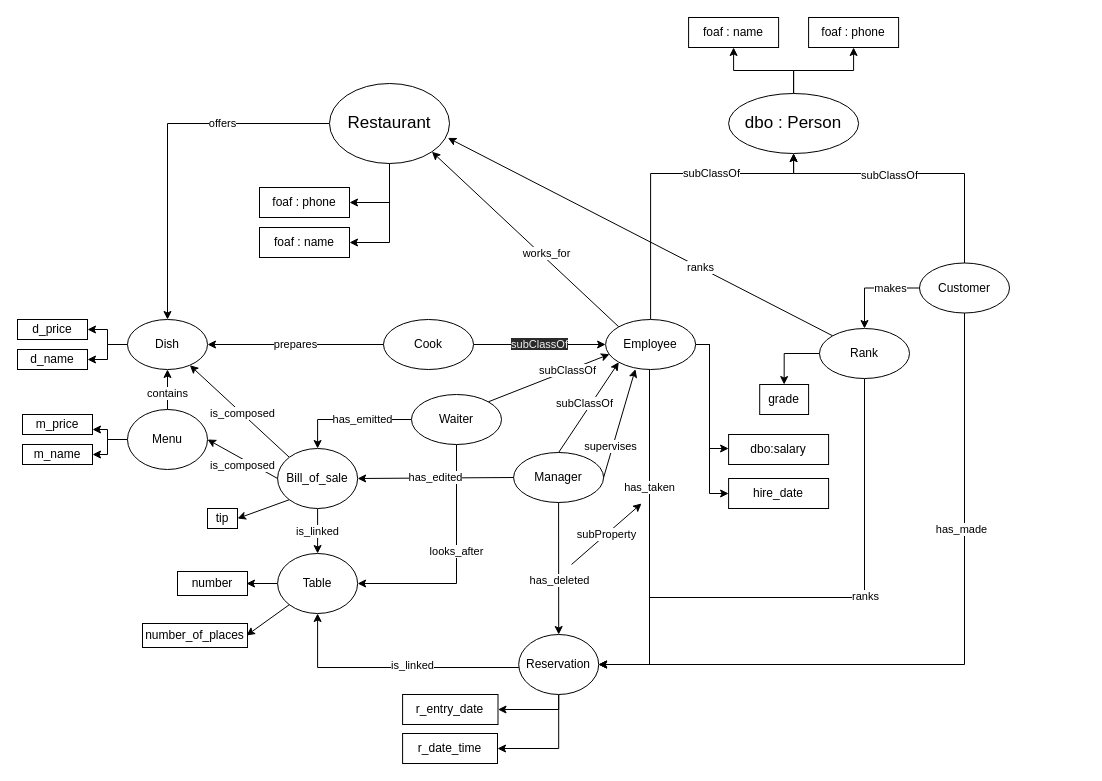
Above: schema/schema.dio in CH-KevinDubois/MAS-RAD-4-WEB-Mini-Projet (draw.io), before the change. Source tidied: cells renumbered, new cells numbered last; positions are measured from the earlier drawing's top-left corner, leaving out a move shared by most shapes. Both pictures are drawn from the tidied source at 100%, with x=0, y=0 at pixel (17, 17).
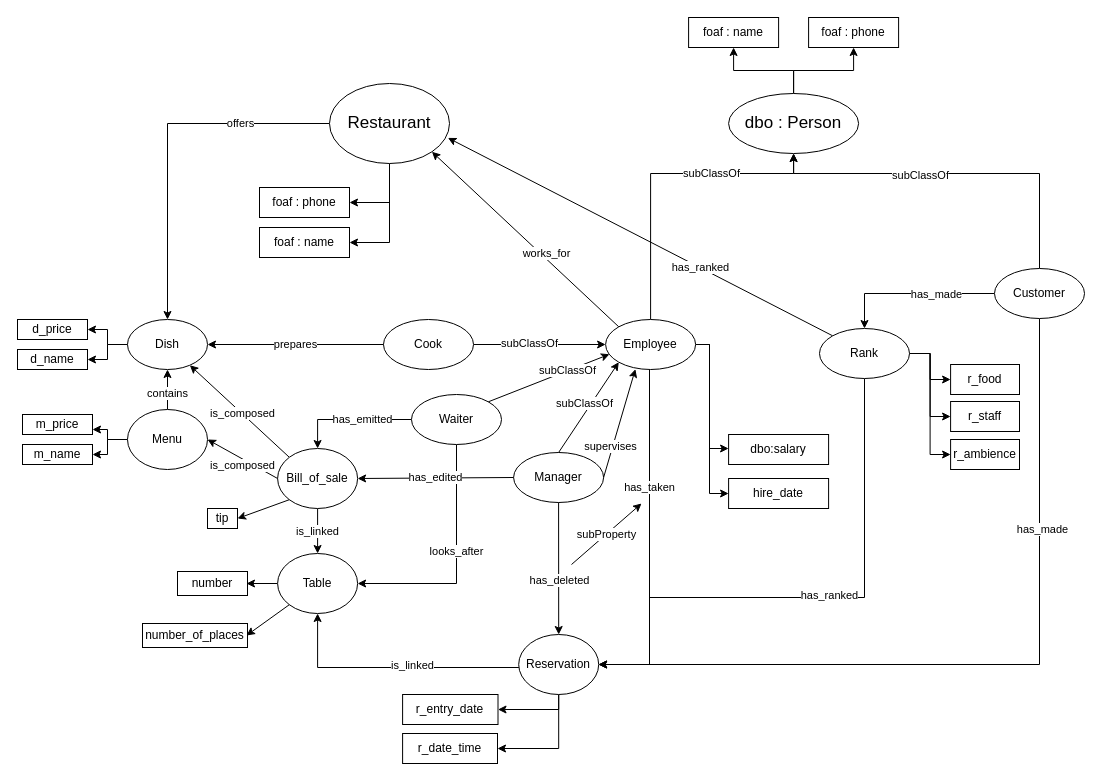
Above is the later version.

Commit message:
Verbes mis au passé

The change refers to these unchanged cells:
```xml
<mxCell id="5" value="&lt;font style=&quot;font-size: 17px&quot;&gt;Restaurant&lt;/font&gt;" style="ellipse;whiteSpace=wrap;html=1;" parent="1" vertex="1">
  <mxGeometry x="312" y="66" width="120" height="80" as="geometry" />
</mxCell>
<mxCell id="8" value="&lt;font style=&quot;font-size: 17px&quot;&gt;dbo : Person&lt;/font&gt;" style="ellipse;whiteSpace=wrap;html=1;" parent="1" vertex="1">
  <mxGeometry x="711.1" y="76" width="130" height="60" as="geometry" />
</mxCell>
<mxCell id="13" value="Employee" style="ellipse;whiteSpace=wrap;html=1;" parent="1" vertex="1">
  <mxGeometry x="588.1" y="302" width="90" height="50" as="geometry" />
</mxCell>
<mxCell id="18" style="edgeStyle=orthogonalEdgeStyle;rounded=0;jettySize=auto;html=1;" parent="1" edge="1" source="20" target="82">
  <mxGeometry relative="1" as="geometry" />
</mxCell>
<mxCell id="26" value="Cook" style="ellipse;whiteSpace=wrap;html=1;" parent="1" vertex="1">
  <mxGeometry x="366" y="302" width="90" height="50" as="geometry" />
</mxCell>
<mxCell id="33" value="&lt;font style=&quot;font-size: 12px&quot;&gt;Reservation&lt;/font&gt;" style="ellipse;whiteSpace=wrap;html=1;" parent="1" vertex="1">
  <mxGeometry x="501.2" y="617" width="80" height="60" as="geometry" />
</mxCell>
<mxCell id="42" value="&lt;font style=&quot;font-size: 12px&quot;&gt;Dish&lt;/font&gt;" style="ellipse;whiteSpace=wrap;html=1;" parent="1" vertex="1">
  <mxGeometry x="110" y="302" width="80" height="50" as="geometry" />
</mxCell>
<mxCell id="75" style="endArrow=classic;html=1;exitX=0;exitY=0;exitDx=0;exitDy=0;entryX=0.987;entryY=0.68;entryDx=0;entryDy=0;entryPerimeter=0;" parent="1" edge="1" source="82" target="5">
  <mxGeometry relative="1" as="geometry" />
</mxCell>
<mxCell id="80" style="edgeStyle=orthogonalEdgeStyle;jettySize=auto;html=1;exitX=0.5;exitY=1;exitDx=0;exitDy=0;rounded=0;" parent="1" edge="1" source="82">
  <mxGeometry relative="1" as="geometry">
    <mxPoint x="581" y="647" as="targetPoint" />
    <Array as="points">
      <mxPoint x="847" y="580" />
      <mxPoint x="632" y="580" />
      <mxPoint x="632" y="647" />
    </Array>
  </mxGeometry>
</mxCell>
<mxCell id="82" value="Rank" style="ellipse;whiteSpace=wrap;html=1;" parent="1" vertex="1">
  <mxGeometry x="802" y="311" width="90" height="50" as="geometry" />
</mxCell>
```

Change to the diagram source:
```diff
@@
     <mxCell id="2" value="offers" style="edgeStyle=orthogonalEdgeStyle;rounded=0;jettySize=auto;html=1;entryX=0.5;entryY=0;entryDx=0;entryDy=0;" parent="1" edge="1" source="5" target="42">
-      <mxGeometry x="-0.4" relative="1" as="geometry" />
+      <mxGeometry x="-0.5" relative="1" as="geometry">
+        <mxPoint x="1" as="offset" />
+      </mxGeometry>
     </mxCell>
@@
     <mxCell id="14" style="edgeStyle=orthogonalEdgeStyle;rounded=0;jettySize=auto;html=1;entryX=0.5;entryY=1;entryDx=0;entryDy=0;" parent="1" edge="1" source="20" target="8">
       <mxGeometry relative="1" as="geometry">
         <Array as="points">
-          <mxPoint x="947" y="156" />
+          <mxPoint x="1022" y="276" />
+          <mxPoint x="1022" y="156" />
           <mxPoint x="776" y="156" />
         </Array>
       </mxGeometry>
     </mxCell>
@@
     <mxCell id="16" style="edgeStyle=orthogonalEdgeStyle;rounded=0;jettySize=auto;html=1;entryX=1;entryY=0.5;entryDx=0;entryDy=0;" parent="1" edge="1" source="20" target="33">
       <mxGeometry relative="1" as="geometry">
         <Array as="points">
-          <mxPoint x="947" y="647" />
+          <mxPoint x="1022" y="647" />
         </Array>
       </mxGeometry>
     </mxCell>
     <mxCell id="17" value="has_made" style="edgeLabel;html=1;align=center;verticalAlign=middle;" parent="16" vertex="1">
       <mxGeometry x="0.16" relative="1" as="geometry">
-        <mxPoint x="61.3" y="-136" as="offset" />
+        <mxPoint x="112.8" y="-136" as="offset" />
       </mxGeometry>
     </mxCell>
@@
-    <mxCell id="19" value="makes" style="edgeLabel;html=1;align=center;verticalAlign=middle;" parent="18" vertex="1">
+    <mxCell id="19" value="has_made" style="edgeLabel;html=1;align=center;verticalAlign=middle;" parent="18" vertex="1">
       <mxGeometry x="-0.16" y="-1" relative="1" as="geometry">
         <mxPoint x="10" y="1" as="offset" />
       </mxGeometry>
     </mxCell>
     <mxCell id="20" value="Customer" style="ellipse;whiteSpace=wrap;html=1;" parent="1" vertex="1">
-      <mxGeometry x="902" y="245.5" width="90" height="50" as="geometry" />
+      <mxGeometry x="977" y="251" width="90" height="50" as="geometry" />
     </mxCell>
@@
+    <mxCell id="84" style="edgeStyle=orthogonalEdgeStyle;rounded=0;jettySize=auto;html=1;" parent="1" edge="1" source="26" target="13">
+      <mxGeometry relative="1" as="geometry" />
+    </mxCell>
-    <mxCell id="25" value="&#10;&#10;&lt;span style=&quot;color: rgb(240, 240, 240); font-family: Helvetica; font-size: 11px; font-style: normal; font-variant-ligatures: normal; font-variant-caps: normal; font-weight: 400; letter-spacing: normal; orphans: 2; text-align: center; text-indent: 0px; text-transform: none; widows: 2; word-spacing: 0px; -webkit-text-stroke-width: 0px; background-color: rgb(42, 42, 42); text-decoration-style: initial; text-decoration-color: initial; float: none; display: inline !important;&quot;&gt;subClassOf&lt;/span&gt;&#10;&#10;" style="edgeStyle=orthogonalEdgeStyle;rounded=0;jettySize=auto;html=1;" parent="1" edge="1" source="26" target="13">
-      <mxGeometry relative="1" as="geometry" />
+    <mxCell id="25" value="subClassOf" style="edgeLabel;html=1;align=center;verticalAlign=middle;" parent="84" vertex="1">
+      <mxGeometry x="-0.16" y="2" relative="1" as="geometry" />
     </mxCell>
@@
-    <mxCell id="76" value="ranks" style="edgeLabel;html=1;align=center;verticalAlign=middle;" parent="75" vertex="1">
+    <mxCell id="76" value="has_ranked" style="edgeLabel;html=1;align=center;verticalAlign=middle;" parent="75" vertex="1">
       <mxGeometry x="-0.12" y="2" relative="1" as="geometry">
         <mxPoint x="37" y="16.7" as="offset" />
       </mxGeometry>
     </mxCell>
@@
-    <mxCell id="79" style="edgeStyle=orthogonalEdgeStyle;rounded=0;jettySize=auto;html=1;entryX=0.5;entryY=0;entryDx=0;entryDy=0;" parent="1" edge="1" source="82" target="83">
-      <mxGeometry relative="1" as="geometry" />
-    </mxCell>
@@
-    <mxCell id="81" value="ranks" style="edgeLabel;html=1;align=center;verticalAlign=middle;" parent="80" vertex="1">
+    <mxCell id="81" value="has_ranked" style="edgeLabel;html=1;align=center;verticalAlign=middle;" parent="80" vertex="1">
       <mxGeometry x="-0.07" y="-17" relative="1" as="geometry">
-        <mxPoint x="38.5" y="15" as="offset" />
+        <mxPoint x="2.7" y="14.9" as="offset" />
       </mxGeometry>
     </mxCell>
+    <mxCell id="79" style="edgeStyle=orthogonalEdgeStyle;rounded=0;jettySize=auto;html=1;" parent="1" edge="1" source="82" target="83">
+      <mxGeometry relative="1" as="geometry" />
+    </mxCell>
+    <mxCell id="85" style="edgeStyle=orthogonalEdgeStyle;rounded=0;jettySize=auto;html=1;entryX=0;entryY=0.5;entryDx=0;entryDy=0;" parent="1" edge="1" source="82" target="87">
+      <mxGeometry relative="1" as="geometry" />
+    </mxCell>
+    <mxCell id="86" style="edgeStyle=orthogonalEdgeStyle;rounded=0;jettySize=auto;html=1;entryX=0;entryY=0.5;entryDx=0;entryDy=0;" parent="1" edge="1" source="82" target="88">
+      <mxGeometry relative="1" as="geometry" />
+    </mxCell>
@@
-    <mxCell id="83" value="grade" style="rounded=0;whiteSpace=wrap;html=1;" parent="1" vertex="1">
-      <mxGeometry x="742.2" y="367" width="48.9" height="30" as="geometry" />
+    <mxCell id="83" value="r_food" style="rounded=0;whiteSpace=wrap;html=1;" parent="1" vertex="1">
+      <mxGeometry x="933.1" y="347" width="68.9" height="30" as="geometry" />
     </mxCell>
+    <mxCell id="87" value="r_staff" style="rounded=0;whiteSpace=wrap;html=1;" parent="1" vertex="1">
+      <mxGeometry x="933.1" y="384" width="68.9" height="30" as="geometry" />
+    </mxCell>
+    <mxCell id="88" value="r_ambience" style="rounded=0;whiteSpace=wrap;html=1;" parent="1" vertex="1">
+      <mxGeometry x="933.1" y="422" width="68.9" height="30" as="geometry" />
+    </mxCell>
```
